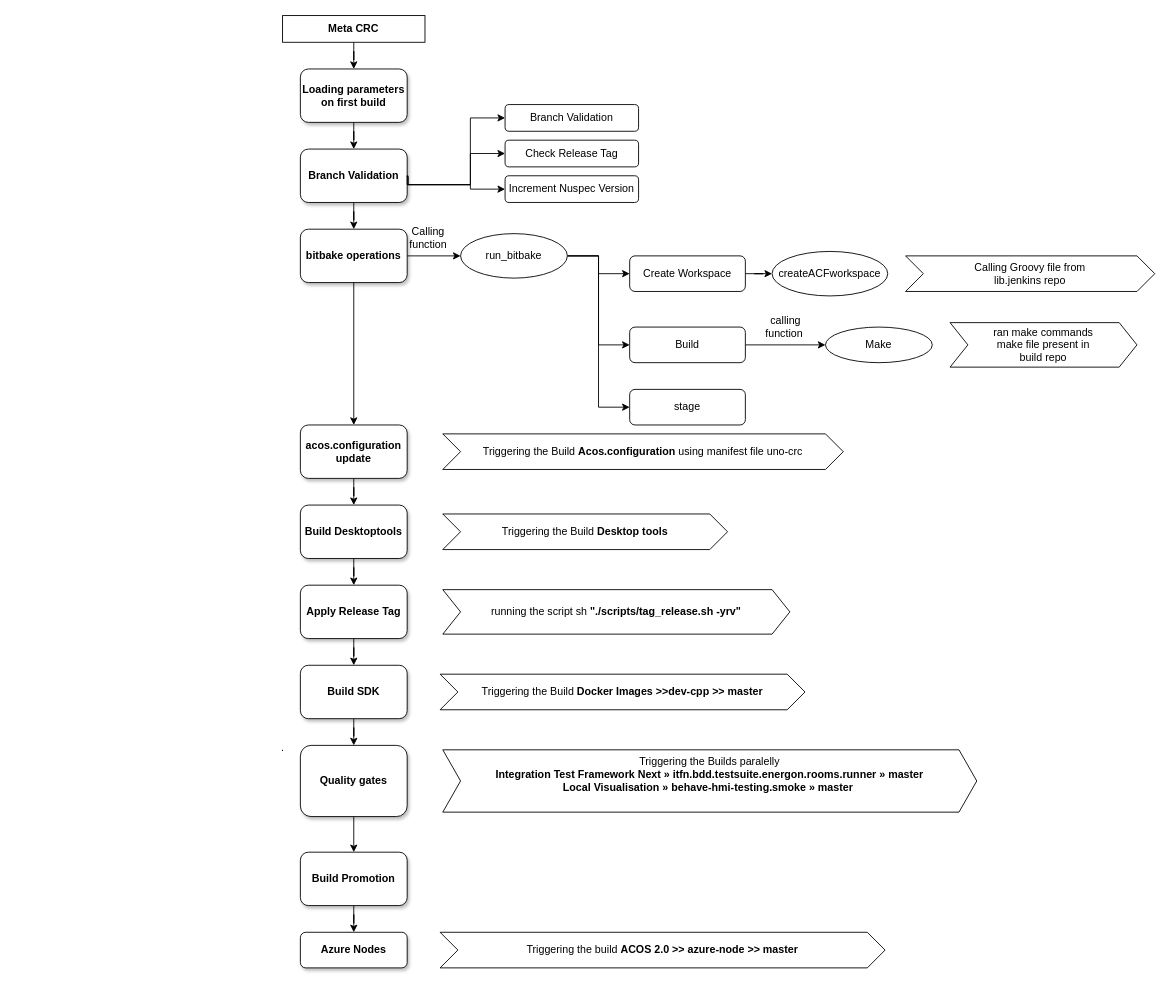
Earlier version of the draw.io diagram Notes/Untitled Diagram.drawio (sreelakshmilingamgunta/AZ-104). Source tidied: cells renumbered, new cells numbered last; positions are measured from the earlier drawing's top-left corner, leaving out a move shared by most shapes. Both pictures are drawn from the tidied source at 89%, with x=0, y=0 at pixel (269, 15).
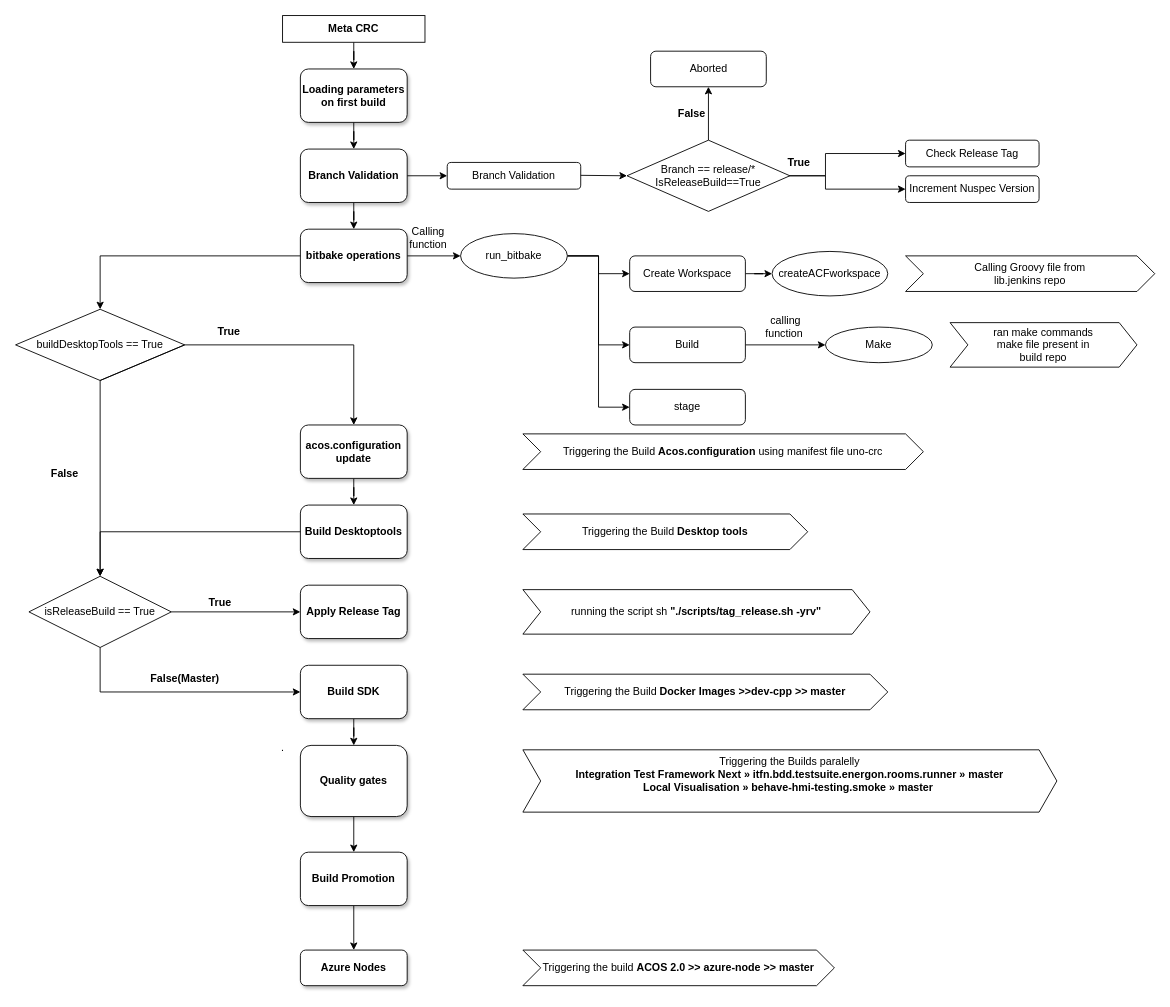
The same diagram, later.

The change refers to these unchanged cells:
```xml
<mxCell id="5" value="&lt;b&gt;Branch Validation&lt;/b&gt;" style="rounded=1;whiteSpace=wrap;html=1;shadow=1;" parent="1" vertex="1">
  <mxGeometry x="35" y="150" width="120" height="60" as="geometry" />
</mxCell>
<mxCell id="7" value="&lt;b&gt;bitbake operations&lt;/b&gt;" style="rounded=1;whiteSpace=wrap;html=1;shadow=1;" parent="1" vertex="1">
  <mxGeometry x="35" y="240" width="120" height="60" as="geometry" />
</mxCell>
<mxCell id="24" value="&lt;b&gt;acos.configuration update&lt;/b&gt;" style="rounded=1;whiteSpace=wrap;html=1;shadow=1;" parent="1" vertex="1">
  <mxGeometry x="35" y="460" width="120" height="60" as="geometry" />
</mxCell>
<mxCell id="27" value="&lt;b&gt;Build Desktoptools&lt;/b&gt;" style="rounded=1;whiteSpace=wrap;html=1;shadow=1;" parent="1" vertex="1">
  <mxGeometry x="35" y="550" width="120" height="60" as="geometry" />
</mxCell>
<mxCell id="30" value="&lt;b&gt;Apply Release Tag&lt;/b&gt;" style="rounded=1;whiteSpace=wrap;html=1;shadow=1;" parent="1" vertex="1">
  <mxGeometry x="35" y="640" width="120" height="60" as="geometry" />
</mxCell>
<mxCell id="32" value="&lt;b&gt;Build SDK&lt;/b&gt;" style="rounded=1;whiteSpace=wrap;html=1;shadow=1;" parent="1" vertex="1">
  <mxGeometry x="35" y="730" width="120" height="60" as="geometry" />
</mxCell>
```

What changed in the source:
```diff
@@
+    <mxCell id="52" style="edgeStyle=orthogonalEdgeStyle;rounded=0;jettySize=auto;html=1;" parent="1" edge="1" source="5" target="45">
+      <mxGeometry relative="1" as="geometry" />
+    </mxCell>
@@
     <mxCell id="25" value="Triggering the Build &lt;b&gt;Acos.configuration&lt;/b&gt; using manifest file uno-crc&lt;div style=&quot;display:none&quot; id=&quot;SDCloudData&quot;&gt;&lt;/div&gt;" style="shape=step;perimeter=stepPerimeter;whiteSpace=wrap;html=1;fixedSize=1;" parent="1" vertex="1">
-      <mxGeometry x="195" y="470" width="450" height="40" as="geometry" />
+      <mxGeometry x="285" y="470" width="450" height="40" as="geometry" />
     </mxCell>
-    <mxCell id="26" style="edgeStyle=orthogonalEdgeStyle;rounded=0;jettySize=auto;html=1;" parent="1" edge="1" source="27" target="30">
-      <mxGeometry relative="1" as="geometry" />
-    </mxCell>
@@
     <mxCell id="28" value="Triggering the Build &lt;b&gt;Desktop tools&lt;/b&gt;&lt;div style=&quot;display:none&quot; id=&quot;SDCloudData&quot;&gt;&lt;/div&gt;" style="shape=step;perimeter=stepPerimeter;whiteSpace=wrap;html=1;fixedSize=1;" parent="1" vertex="1">
-      <mxGeometry x="195" y="560" width="320" height="40" as="geometry" />
+      <mxGeometry x="285" y="560" width="320" height="40" as="geometry" />
     </mxCell>
-    <mxCell id="29" style="edgeStyle=orthogonalEdgeStyle;rounded=0;jettySize=auto;html=1;" parent="1" edge="1" source="30" target="32">
-      <mxGeometry relative="1" as="geometry" />
-    </mxCell>
@@
     <mxCell id="33" value="Triggering the Build &lt;b&gt;Docker Images &amp;gt;&amp;gt;dev-cpp &amp;gt;&amp;gt; master&lt;/b&gt;&lt;br&gt;&lt;div style=&quot;display:none&quot; id=&quot;SDCloudData&quot;&gt;&lt;/div&gt;" style="shape=step;perimeter=stepPerimeter;whiteSpace=wrap;html=1;fixedSize=1;" parent="1" vertex="1">
-      <mxGeometry x="192" y="740" width="410" height="40" as="geometry" />
+      <mxGeometry x="285" y="740" width="410" height="40" as="geometry" />
     </mxCell>
@@
     <mxCell id="36" value="Triggering the Builds paralelly&lt;br&gt;&lt;b&gt;Integration Test Framework Next » itfn.bdd.testsuite.energon.rooms.runner » master&lt;/b&gt;&lt;br&gt;&lt;b&gt;Local Visualisation » behave-hmi-testing.smoke » master&amp;nbsp;&lt;br&gt;&lt;/b&gt;&lt;br&gt;&lt;div style=&quot;display:none&quot; id=&quot;SDCloudData&quot;&gt;&lt;/div&gt;" style="shape=step;perimeter=stepPerimeter;whiteSpace=wrap;html=1;fixedSize=1;" parent="1" vertex="1">
-      <mxGeometry x="195" y="825" width="600" height="70" as="geometry" />
+      <mxGeometry x="285" y="825" width="600" height="70" as="geometry" />
     </mxCell>
@@
     <mxCell id="39" value="&lt;b&gt;Azure Nodes&lt;/b&gt;" style="rounded=1;whiteSpace=wrap;html=1;shadow=1;" parent="1" vertex="1">
-      <mxGeometry x="35" y="1030" width="120" height="40" as="geometry" />
+      <mxGeometry x="35" y="1050" width="120" height="40" as="geometry" />
     </mxCell>
@@
-    <mxCell id="42" style="endArrow=classic;html=1;rounded=0;entryX=0.5;entryY=0;entryDx=0;entryDy=0;exitX=0.5;exitY=1;exitDx=0;exitDy=0;" parent="1" edge="1" source="7" target="24">
-      <mxGeometry relative="1" as="geometry" />
+    <mxCell id="42" style="endArrow=classic;html=1;rounded=0;exitX=0;exitY=0.5;exitDx=0;exitDy=0;entryX=0.5;entryY=0;entryDx=0;entryDy=0;" parent="1" edge="1" source="7" target="60">
+      <mxGeometry relative="1" as="geometry">
+        <Array as="points">
+          <mxPoint x="-190" y="270" />
+        </Array>
+      </mxGeometry>
     </mxCell>
@@
-    <mxCell id="44" value="Triggering the build &lt;b&gt;ACOS 2.0 &amp;gt;&amp;gt; azure-node &amp;gt;&amp;gt; master&lt;/b&gt;" style="shape=step;perimeter=stepPerimeter;whiteSpace=wrap;html=1;fixedSize=1;" parent="1" vertex="1">
-      <mxGeometry x="192" y="1030" width="500" height="40" as="geometry" />
+    <mxCell id="44" value="Triggering the build &lt;b&gt;ACOS 2.0 &amp;gt;&amp;gt; azure-node &amp;gt;&amp;gt; master&lt;/b&gt;" style="shape=step;perimeter=stepPerimeter;whiteSpace=wrap;html=1;fixedSize=1;size=20;" parent="1" vertex="1">
+      <mxGeometry x="285" y="1050" width="350" height="40" as="geometry" />
     </mxCell>
     <mxCell id="45" value="Branch Validation" style="rounded=1;whiteSpace=wrap;html=1;" parent="1" vertex="1">
-      <mxGeometry x="265" y="100" width="150" height="30" as="geometry" />
+      <mxGeometry x="200" y="165" width="150" height="30" as="geometry" />
     </mxCell>
     <mxCell id="46" value="Check Release Tag" style="rounded=1;whiteSpace=wrap;html=1;" parent="1" vertex="1">
-      <mxGeometry x="265" y="140" width="150" height="30" as="geometry" />
+      <mxGeometry x="715" y="140" width="150" height="30" as="geometry" />
     </mxCell>
     <mxCell id="47" value="Increment Nuspec Version" style="rounded=1;whiteSpace=wrap;html=1;" parent="1" vertex="1">
-      <mxGeometry x="265" y="180" width="150" height="30" as="geometry" />
+      <mxGeometry x="715" y="180" width="150" height="30" as="geometry" />
     </mxCell>
-    <mxCell id="48" style="edgeStyle=orthogonalEdgeStyle;rounded=0;jettySize=auto;html=1;exitX=1;exitY=0.5;exitDx=0;exitDy=0;entryX=0;entryY=0.5;entryDx=0;entryDy=0;" parent="1" edge="1" target="45">
-      <mxGeometry relative="1" as="geometry">
-        <mxPoint x="155" y="180" as="sourcePoint" />
-        <Array as="points">
-          <mxPoint x="155" y="181" />
-          <mxPoint x="156" y="181" />
-          <mxPoint x="156" y="190" />
-          <mxPoint x="226" y="190" />
-          <mxPoint x="226" y="115" />
-        </Array>
-      </mxGeometry>
-    </mxCell>
-    <mxCell id="49" style="edgeStyle=orthogonalEdgeStyle;rounded=0;orthogonalLoop=1;jettySize=auto;html=1;entryX=0;entryY=0.5;entryDx=0;entryDy=0;" parent="1" edge="1">
+    <mxCell id="49" style="edgeStyle=orthogonalEdgeStyle;rounded=0;jettySize=auto;html=1;" parent="1" edge="1" target="46">
       <mxGeometry relative="1" as="geometry">
-        <mxPoint x="155" y="190" as="sourcePoint" />
-        <mxPoint x="265" y="155" as="targetPoint" />
+        <mxPoint x="535" y="175" as="sourcePoint" />
         <Array as="points">
-          <mxPoint x="155" y="190" />
-          <mxPoint x="226" y="190" />
-          <mxPoint x="226" y="155" />
+          <mxPoint x="535" y="180" />
+          <mxPoint x="625" y="180" />
+          <mxPoint x="625" y="155" />
         </Array>
       </mxGeometry>
     </mxCell>
-    <mxCell id="50" style="edgeStyle=orthogonalEdgeStyle;rounded=0;orthogonalLoop=1;jettySize=auto;html=1;entryX=0;entryY=0.5;entryDx=0;entryDy=0;" parent="1" edge="1">
-      <mxGeometry relative="1" as="geometry">
-        <mxPoint x="156" y="190" as="sourcePoint" />
-        <mxPoint x="265" y="195" as="targetPoint" />
-        <Array as="points">
-          <mxPoint x="155" y="180" />
-          <mxPoint x="156" y="180" />
-          <mxPoint x="156" y="190" />
-          <mxPoint x="226" y="190" />
-          <mxPoint x="226" y="195" />
-        </Array>
-      </mxGeometry>
-    </mxCell>
     <mxCell id="51" value="running the script&amp;nbsp;sh &lt;b&gt;&quot;./scripts/tag_release.sh -yrv&quot;&lt;/b&gt;" style="shape=step;perimeter=stepPerimeter;whiteSpace=wrap;html=1;fixedSize=1;" parent="1" vertex="1">
-      <mxGeometry x="195" y="645" width="390" height="50" as="geometry" />
+      <mxGeometry x="285" y="645" width="390" height="50" as="geometry" />
     </mxCell>
+    <mxCell id="53" value="Branch == release/*&lt;br&gt;IsReleaseBuild==True" style="rhombus;whiteSpace=wrap;html=1;" parent="1" vertex="1">
+      <mxGeometry x="402" y="140" width="183" height="80" as="geometry" />
+    </mxCell>
+    <mxCell id="54" style="edgeStyle=orthogonalEdgeStyle;rounded=0;jettySize=auto;html=1;entryX=0;entryY=0.5;entryDx=0;entryDy=0;" parent="1" edge="1" target="53">
+      <mxGeometry relative="1" as="geometry">
+        <mxPoint x="350" y="179.5" as="sourcePoint" />
+      </mxGeometry>
+    </mxCell>
+    <mxCell id="55" style="edgeStyle=orthogonalEdgeStyle;rounded=0;jettySize=auto;html=1;entryX=0;entryY=0.5;entryDx=0;entryDy=0;exitX=1;exitY=0.5;exitDx=0;exitDy=0;" parent="1" edge="1" source="53" target="47">
+      <mxGeometry relative="1" as="geometry">
+        <Array as="points">
+          <mxPoint x="625" y="180" />
+          <mxPoint x="625" y="195" />
+        </Array>
+      </mxGeometry>
+    </mxCell>
+    <mxCell id="56" value="True" style="text;html=1;align=center;verticalAlign=middle;strokeColor=none;fillColor=none;fontStyle=1;" parent="1" vertex="1">
+      <mxGeometry x="570" y="150" width="50" height="30" as="geometry" />
+    </mxCell>
+    <mxCell id="57" style="endArrow=classic;html=1;rounded=0;exitX=0.5;exitY=0;exitDx=0;exitDy=0;entryX=0.5;entryY=1;entryDx=0;entryDy=0;" parent="1" edge="1" source="53" target="58">
+      <mxGeometry relative="1" as="geometry" />
+    </mxCell>
+    <mxCell id="58" value="Aborted" style="rounded=1;whiteSpace=wrap;html=1;" parent="1" vertex="1">
+      <mxGeometry x="428.5" y="40" width="130" height="40" as="geometry" />
+    </mxCell>
+    <mxCell id="59" value="&lt;b&gt;False&lt;/b&gt;" style="text;html=1;align=center;verticalAlign=middle;whiteSpace=wrap;rounded=0;" parent="1" vertex="1">
+      <mxGeometry x="445" y="100" width="60" height="20" as="geometry" />
+    </mxCell>
+    <mxCell id="60" value="&lt;div&gt;buildDesktopTools == True&lt;/div&gt;" style="rhombus;whiteSpace=wrap;html=1;" parent="1" vertex="1">
+      <mxGeometry x="-285" y="330" width="190" height="80" as="geometry" />
+    </mxCell>
+    <mxCell id="61" style="endArrow=classic;html=1;rounded=0;exitX=0.5;exitY=1;exitDx=0;exitDy=0;entryX=0.5;entryY=0;entryDx=0;entryDy=0;" parent="1" edge="1" source="60" target="24">
+      <mxGeometry relative="1" as="geometry">
+        <Array as="points">
+          <mxPoint x="-95" y="370" />
+          <mxPoint x="95" y="370" />
+        </Array>
+      </mxGeometry>
+    </mxCell>
+    <mxCell id="62" value="True" style="text;html=1;align=center;verticalAlign=middle;whiteSpace=wrap;rounded=0;fontStyle=1;" parent="1" vertex="1">
+      <mxGeometry x="-95" y="340" width="100" height="30" as="geometry" />
+    </mxCell>
+    <mxCell id="63" style="endArrow=classic;html=1;rounded=0;entryX=0.5;entryY=0;entryDx=0;entryDy=0;exitX=0.5;exitY=1;exitDx=0;exitDy=0;" parent="1" edge="1" source="60" target="64">
+      <mxGeometry relative="1" as="geometry" />
+    </mxCell>
+    <mxCell id="64" value="isReleaseBuild == True" style="rhombus;whiteSpace=wrap;html=1;" parent="1" vertex="1">
+      <mxGeometry x="-270" y="630" width="160" height="80" as="geometry" />
+    </mxCell>
+    <mxCell id="65" style="endArrow=classic;html=1;rounded=0;entryX=0;entryY=0.5;entryDx=0;entryDy=0;exitX=1;exitY=0.5;exitDx=0;exitDy=0;" parent="1" edge="1" source="64" target="30">
+      <mxGeometry relative="1" as="geometry" />
+    </mxCell>
+    <mxCell id="66" value="True" style="text;html=1;align=center;verticalAlign=middle;whiteSpace=wrap;rounded=0;fontStyle=1;" parent="1" vertex="1">
+      <mxGeometry x="-85" y="645" width="60" height="30" as="geometry" />
+    </mxCell>
+    <mxCell id="67" value="False" style="text;html=1;align=center;verticalAlign=middle;strokeColor=none;fillColor=none;fontStyle=1;" parent="1" vertex="1">
+      <mxGeometry x="-255" y="500" width="50" height="30" as="geometry" />
+    </mxCell>
+    <mxCell id="68" style="endArrow=classic;html=1;rounded=0;exitX=0.5;exitY=1;exitDx=0;exitDy=0;entryX=0;entryY=0.5;entryDx=0;entryDy=0;" parent="1" edge="1" source="64" target="32">
+      <mxGeometry relative="1" as="geometry">
+        <Array as="points">
+          <mxPoint x="-190" y="760" />
+        </Array>
+      </mxGeometry>
+    </mxCell>
+    <mxCell id="69" value="False(Master)" style="text;html=1;align=center;verticalAlign=middle;strokeColor=none;fillColor=none;fontStyle=1;" parent="1" vertex="1">
+      <mxGeometry x="-145" y="730" width="100" height="30" as="geometry" />
+    </mxCell>
+    <mxCell id="70" style="endArrow=classic;html=1;rounded=0;exitX=0;exitY=0.5;exitDx=0;exitDy=0;entryX=0.5;entryY=0;entryDx=0;entryDy=0;" parent="1" edge="1" source="27" target="64">
+      <mxGeometry relative="1" as="geometry">
+        <Array as="points">
+          <mxPoint x="-190" y="580" />
+        </Array>
+      </mxGeometry>
+    </mxCell>
```
